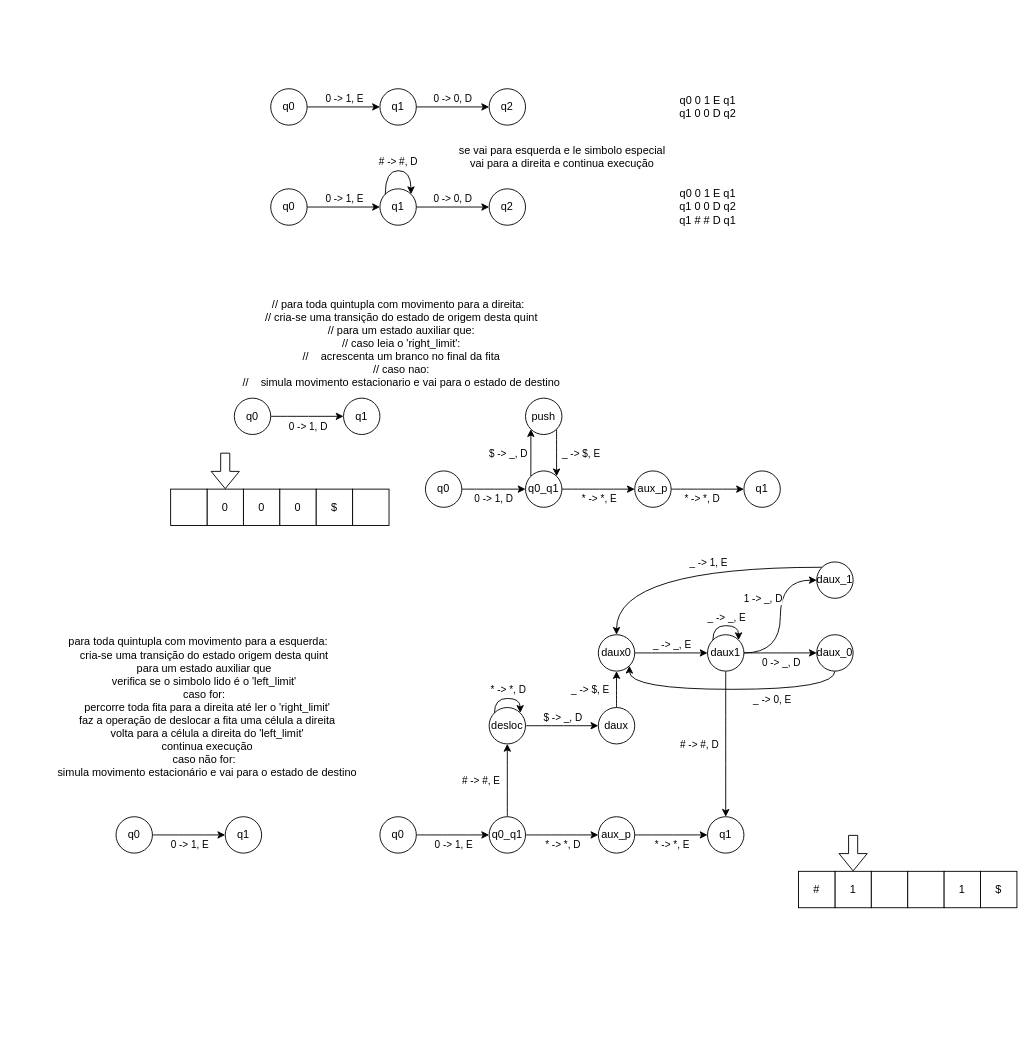
Earlier version of the draw.io diagram tec/diagramas.drawio (paulora2405/udesc). Source tidied: cells renumbered, new cells numbered last; positions are measured from the earlier drawing's top-left corner, leaving out a move shared by most shapes. Both pictures are drawn from the tidied source at 91%, with x=0, y=0 at pixel (34, 88).
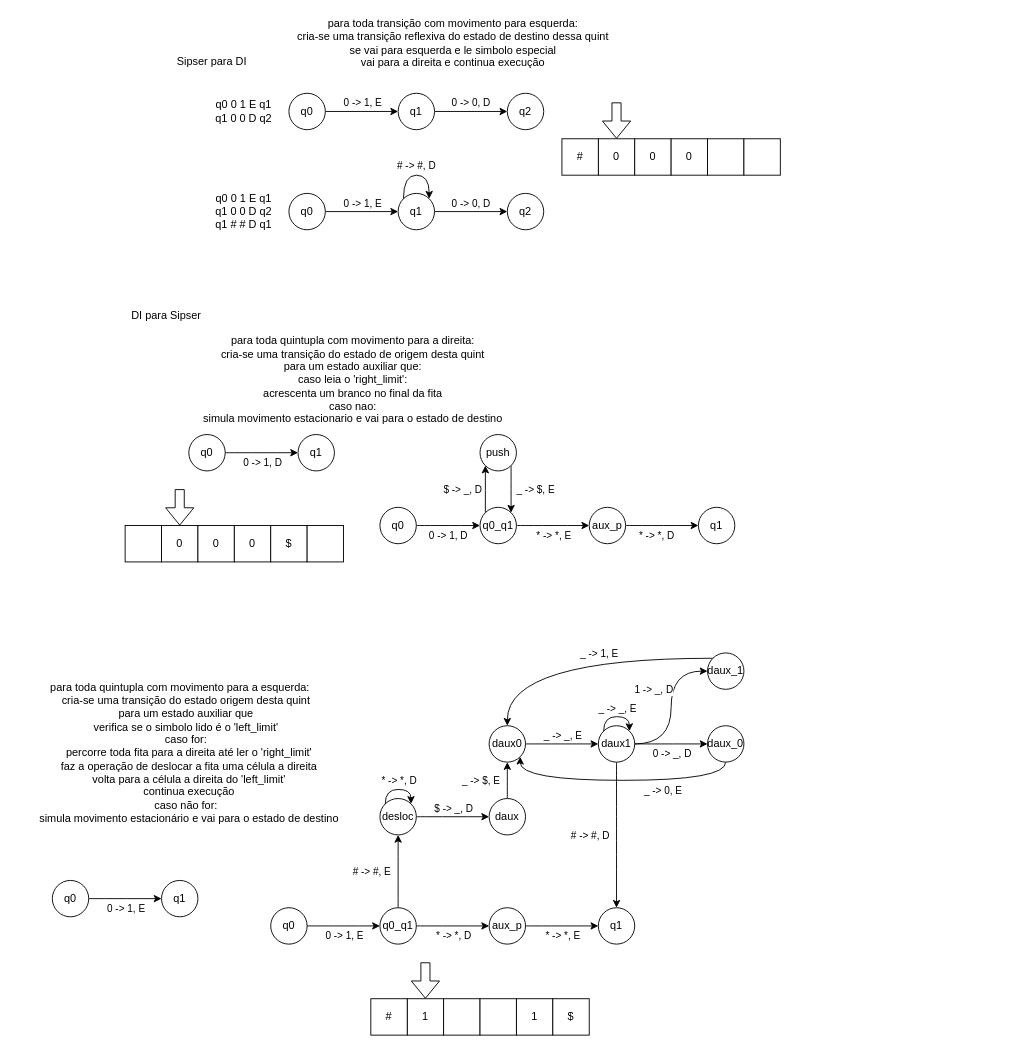
Above is the later version.

Change to the diagram source:
```diff
@@
     <mxCell id="4" value="q0" style="ellipse;whiteSpace=wrap;html=1;" parent="1" vertex="1">
-      <mxGeometry x="260" width="40" height="40" as="geometry" />
+      <mxGeometry x="280" y="5" width="40" height="40" as="geometry" />
     </mxCell>
@@
     <mxCell id="6" value="q1" style="ellipse;whiteSpace=wrap;html=1;" parent="1" vertex="1">
-      <mxGeometry x="380" width="40" height="40" as="geometry" />
+      <mxGeometry x="400" y="5" width="40" height="40" as="geometry" />
     </mxCell>
-    <mxCell id="7" value="&lt;div&gt;se vai para esquerda e le simbolo especial&lt;/div&gt;&lt;div&gt;vai para a direita e continua execução&lt;br&gt;&lt;/div&gt;" style="text;html=1;align=center;verticalAlign=middle;" parent="1" vertex="1">
-      <mxGeometry x="460" y="60" width="240" height="30" as="geometry" />
+    <mxCell id="7" value="para toda transição com movimento para esquerda:&lt;br&gt;&lt;div&gt;cria-se uma transição reflexiva do estado de destino dessa quint&lt;br&gt;&lt;/div&gt;&lt;div&gt;se vai para esquerda e le simbolo especial&lt;/div&gt;&lt;div&gt;vai para a direita e continua execução&lt;br&gt;&lt;/div&gt;" style="text;html=1;align=center;verticalAlign=middle;" parent="1" vertex="1">
+      <mxGeometry x="280" y="-80" width="360" height="60" as="geometry" />
     </mxCell>
     <mxCell id="8" value="q2" style="ellipse;whiteSpace=wrap;html=1;" parent="1" vertex="1">
-      <mxGeometry x="500" width="40" height="40" as="geometry" />
+      <mxGeometry x="520" y="5" width="40" height="40" as="geometry" />
     </mxCell>
     <mxCell id="9" value="0 -&amp;gt; 1, E" style="edgeLabel;html=1;align=center;verticalAlign=middle;" parent="1" vertex="1">
-      <mxGeometry x="340" y="10" as="geometry" />
+      <mxGeometry x="360" y="15" as="geometry" />
     </mxCell>
@@
     <mxCell id="12" value="q0" style="ellipse;whiteSpace=wrap;html=1;" parent="1" vertex="1">
-      <mxGeometry x="260" y="110" width="40" height="40" as="geometry" />
+      <mxGeometry x="280" y="115" width="40" height="40" as="geometry" />
     </mxCell>
@@
     <mxCell id="14" value="q1" style="ellipse;whiteSpace=wrap;html=1;" parent="1" vertex="1">
-      <mxGeometry x="380" y="110" width="40" height="40" as="geometry" />
+      <mxGeometry x="400" y="115" width="40" height="40" as="geometry" />
     </mxCell>
     <mxCell id="15" value="q2" style="ellipse;whiteSpace=wrap;html=1;" parent="1" vertex="1">
-      <mxGeometry x="500" y="110" width="40" height="40" as="geometry" />
+      <mxGeometry x="520" y="115" width="40" height="40" as="geometry" />
     </mxCell>
     <mxCell id="16" value="0 -&amp;gt; 1, E" style="edgeLabel;html=1;align=center;verticalAlign=middle;" parent="1" vertex="1">
-      <mxGeometry x="340" y="120" as="geometry" />
+      <mxGeometry x="360" y="125" as="geometry" />
     </mxCell>
     <mxCell id="17" value="# -&amp;gt; #, D" style="edgeStyle=orthogonalEdgeStyle;curved=1;rounded=0;orthogonalLoop=1;jettySize=auto;html=1;exitX=0;exitY=0;exitDx=0;exitDy=0;entryX=1;entryY=0;entryDx=0;entryDy=0;" parent="1" edge="1" source="14" target="14">
       <mxGeometry y="10" relative="1" as="geometry">
         <Array as="points">
-          <mxPoint x="386" y="90" />
-          <mxPoint x="414" y="90" />
+          <mxPoint x="406" y="95" />
+          <mxPoint x="434" y="95" />
         </Array>
       </mxGeometry>
     </mxCell>
     <mxCell id="18" value="&lt;div&gt;q0 0 1 E q1&lt;/div&gt;&lt;div&gt;q1 0 0 D q2&lt;/div&gt;&lt;div&gt;q1 # # D q1&lt;br&gt;&lt;/div&gt;" style="text;html=1;align=center;verticalAlign=middle;" parent="1" vertex="1">
-      <mxGeometry x="700" y="105" width="80" height="50" as="geometry" />
+      <mxGeometry x="190" y="110" width="80" height="50" as="geometry" />
     </mxCell>
     <mxCell id="19" value="&lt;div&gt;q0 0 1 E q1&lt;/div&gt;&lt;div&gt;q1 0 0 D q2&lt;/div&gt;" style="text;html=1;align=center;verticalAlign=middle;" parent="1" vertex="1">
-      <mxGeometry x="700" y="5" width="80" height="30" as="geometry" />
+      <mxGeometry x="190" y="10" width="80" height="30" as="geometry" />
     </mxCell>
@@
     <mxCell id="22" value="q0" style="ellipse;whiteSpace=wrap;html=1;" parent="1" vertex="1">
-      <mxGeometry x="220" y="340" width="40" height="40" as="geometry" />
+      <mxGeometry x="170" y="380" width="40" height="40" as="geometry" />
     </mxCell>
     <mxCell id="23" value="q1" style="ellipse;whiteSpace=wrap;html=1;" parent="1" vertex="1">
-      <mxGeometry x="340" y="340" width="40" height="40" as="geometry" />
+      <mxGeometry x="290" y="380" width="40" height="40" as="geometry" />
     </mxCell>
@@
     <mxCell id="26" value="q0" style="ellipse;whiteSpace=wrap;html=1;" parent="1" vertex="1">
-      <mxGeometry x="430" y="420" width="40" height="40" as="geometry" />
+      <mxGeometry x="380" y="460" width="40" height="40" as="geometry" />
     </mxCell>
     <mxCell id="27" style="edgeStyle=orthogonalEdgeStyle;curved=1;rounded=0;jettySize=auto;html=1;exitX=0;exitY=0;exitDx=0;exitDy=0;entryX=0;entryY=1;entryDx=0;entryDy=0;" parent="1" edge="1" source="30" target="33">
       <mxGeometry relative="1" as="geometry">
         <Array as="points">
-          <mxPoint x="546" y="400" />
-          <mxPoint x="546" y="400" />
+          <mxPoint x="496" y="440" />
+          <mxPoint x="496" y="440" />
         </Array>
       </mxGeometry>
     </mxCell>
@@
     <mxCell id="30" value="q0_q1" style="ellipse;whiteSpace=wrap;html=1;" parent="1" vertex="1">
-      <mxGeometry x="540" y="420" width="40" height="40" as="geometry" />
+      <mxGeometry x="490" y="460" width="40" height="40" as="geometry" />
     </mxCell>
     <mxCell id="31" value="q1" style="ellipse;whiteSpace=wrap;html=1;" parent="1" vertex="1">
-      <mxGeometry x="780" y="420" width="40" height="40" as="geometry" />
+      <mxGeometry x="730" y="460" width="40" height="40" as="geometry" />
     </mxCell>
@@
     <mxCell id="33" value="push" style="ellipse;whiteSpace=wrap;html=1;" parent="1" vertex="1">
-      <mxGeometry x="540" y="340" width="40" height="40" as="geometry" />
+      <mxGeometry x="490" y="380" width="40" height="40" as="geometry" />
     </mxCell>
     <mxCell id="34" value="_ -&amp;gt; $, E" style="edgeLabel;html=1;align=center;verticalAlign=middle;" parent="1" vertex="1">
-      <mxGeometry x="600" y="400" as="geometry" />
+      <mxGeometry x="550" y="440" as="geometry" />
     </mxCell>
@@
     <mxCell id="37" value="aux_p" style="ellipse;whiteSpace=wrap;html=1;" parent="1" vertex="1">
-      <mxGeometry x="660" y="420" width="40" height="40" as="geometry" />
+      <mxGeometry x="610" y="460" width="40" height="40" as="geometry" />
     </mxCell>
     <mxCell id="38" value="1" style="whiteSpace=wrap;html=1;" parent="1" vertex="1">
-      <mxGeometry x="880" y="860" width="40" height="40" as="geometry" />
+      <mxGeometry x="410" y="1000" width="40" height="40" as="geometry" />
     </mxCell>
     <mxCell id="39" style="whiteSpace=wrap;html=1;" parent="1" vertex="1">
-      <mxGeometry x="920" y="860" width="40" height="40" as="geometry" />
+      <mxGeometry x="450" y="1000" width="40" height="40" as="geometry" />
     </mxCell>
     <mxCell id="40" style="whiteSpace=wrap;html=1;" parent="1" vertex="1">
-      <mxGeometry x="960" y="860" width="40" height="40" as="geometry" />
+      <mxGeometry x="490" y="1000" width="40" height="40" as="geometry" />
     </mxCell>
     <mxCell id="41" value="1" style="whiteSpace=wrap;html=1;" parent="1" vertex="1">
-      <mxGeometry x="1000" y="860" width="40" height="40" as="geometry" />
+      <mxGeometry x="530" y="1000" width="40" height="40" as="geometry" />
     </mxCell>
     <mxCell id="42" value="$" style="whiteSpace=wrap;html=1;" parent="1" vertex="1">
-      <mxGeometry x="1040" y="860" width="40" height="40" as="geometry" />
+      <mxGeometry x="570" y="1000" width="40" height="40" as="geometry" />
     </mxCell>
     <mxCell id="43" value="#" style="whiteSpace=wrap;html=1;" parent="1" vertex="1">
-      <mxGeometry x="840" y="860" width="40" height="40" as="geometry" />
+      <mxGeometry x="370" y="1000" width="40" height="40" as="geometry" />
     </mxCell>
     <mxCell id="44" style="shape=flexArrow;endArrow=classic;html=1;" parent="1" edge="1">
       <mxGeometry relative="1" as="geometry">
-        <mxPoint x="900" y="820" as="sourcePoint" />
-        <mxPoint x="900" y="860" as="targetPoint" />
+        <mxPoint x="430" y="960" as="sourcePoint" />
+        <mxPoint x="430" y="1000" as="targetPoint" />
       </mxGeometry>
     </mxCell>
     <mxCell id="45" value="$ -&amp;gt; _, D" style="edgeLabel;html=1;align=center;verticalAlign=middle;" parent="1" vertex="1">
-      <mxGeometry x="520" y="400" as="geometry" />
+      <mxGeometry x="470" y="440" as="geometry" />
     </mxCell>
-    <mxCell id="46" value="// para toda quintupla com movimento para a direita:&lt;br&gt;&amp;nbsp; // cria-se uma transição do estado de origem desta quint&lt;br&gt;&amp;nbsp; // para um estado auxiliar que:&lt;br&gt;&amp;nbsp; // caso leia o 'right_limit':&lt;br&gt;&amp;nbsp; //&amp;nbsp;&amp;nbsp;&amp;nbsp; acrescenta um branco no final da fita&lt;br&gt;&amp;nbsp; // caso nao:&lt;br&gt;&amp;nbsp; //&amp;nbsp;&amp;nbsp;&amp;nbsp; simula movimento estacionario e vai para o estado de destino" style="text;html=1;align=center;verticalAlign=middle;" parent="1" vertex="1">
-      <mxGeometry x="215" y="230" width="370" height="100" as="geometry" />
+    <mxCell id="46" value="para toda quintupla com movimento para a direita:&lt;br&gt;&lt;div&gt;cria-se uma transição do estado de origem desta quint&lt;/div&gt;&lt;div&gt;para um estado auxiliar que:&lt;/div&gt;caso leia o 'right_limit':&lt;br&gt;acrescenta um branco no final da fita&lt;br&gt;caso nao:&lt;br&gt;simula movimento estacionario e vai para o estado de destino" style="text;html=1;align=center;verticalAlign=middle;" parent="1" vertex="1">
+      <mxGeometry x="180" y="270" width="340" height="100" as="geometry" />
     </mxCell>
@@
     <mxCell id="49" value="q0" style="ellipse;whiteSpace=wrap;html=1;" parent="1" vertex="1">
-      <mxGeometry x="90" y="800" width="40" height="40" as="geometry" />
+      <mxGeometry x="20" y="870" width="40" height="40" as="geometry" />
     </mxCell>
     <mxCell id="50" value="q1" style="ellipse;whiteSpace=wrap;html=1;" parent="1" vertex="1">
-      <mxGeometry x="210" y="800" width="40" height="40" as="geometry" />
+      <mxGeometry x="140" y="870" width="40" height="40" as="geometry" />
     </mxCell>
     <mxCell id="51" value="para toda quintupla com movimento para a esquerda:&lt;br&gt;&amp;nbsp;&amp;nbsp;&amp;nbsp; cria-se uma transição do estado origem desta quint&lt;br&gt;&amp;nbsp;&amp;nbsp;&amp;nbsp; para um estado auxiliar que&lt;br&gt;&amp;nbsp;&amp;nbsp;&amp;nbsp; verifica se o simbolo lido é o 'left_limit'&lt;br&gt;&amp;nbsp;&amp;nbsp;&amp;nbsp; caso for:&lt;br&gt;&amp;nbsp;&amp;nbsp;&amp;nbsp;&amp;nbsp;&amp;nbsp; percorre toda fita para a direita até ler o 'right_limit'&lt;br&gt;&amp;nbsp;&amp;nbsp;&amp;nbsp;&amp;nbsp;&amp;nbsp; faz a operação de deslocar a fita uma célula a direita&lt;br&gt;&amp;nbsp;&amp;nbsp;&amp;nbsp;&amp;nbsp;&amp;nbsp; volta para a célula a direita do 'left_limit'&lt;br&gt;&amp;nbsp;&amp;nbsp;&amp;nbsp;&amp;nbsp;&amp;nbsp; continua execução&lt;br&gt;&amp;nbsp;&amp;nbsp;&amp;nbsp; caso não for:&lt;br&gt;&amp;nbsp;&amp;nbsp;&amp;nbsp;&amp;nbsp;&amp;nbsp; simula movimento estacionário e vai para o estado de destino" style="text;html=1;align=center;verticalAlign=middle;" parent="1" vertex="1">
-      <mxGeometry y="600" width="360" height="160" as="geometry" />
+      <mxGeometry x="-20" y="650" width="360" height="160" as="geometry" />
     </mxCell>
@@
     <mxCell id="54" value="q0" style="ellipse;whiteSpace=wrap;html=1;" parent="1" vertex="1">
-      <mxGeometry x="380" y="800" width="40" height="40" as="geometry" />
+      <mxGeometry x="260" y="900" width="40" height="40" as="geometry" />
     </mxCell>
@@
     <mxCell id="57" value="q0_q1" style="ellipse;whiteSpace=wrap;html=1;" parent="1" vertex="1">
-      <mxGeometry x="500" y="800" width="40" height="40" as="geometry" />
+      <mxGeometry x="380" y="900" width="40" height="40" as="geometry" />
     </mxCell>
@@
     <mxCell id="59" value="aux_p" style="ellipse;whiteSpace=wrap;html=1;" parent="1" vertex="1">
-      <mxGeometry x="620" y="800" width="40" height="40" as="geometry" />
+      <mxGeometry x="500" y="900" width="40" height="40" as="geometry" />
     </mxCell>
     <mxCell id="60" value="* -&amp;gt; *, D" style="edgeLabel;html=1;align=center;verticalAlign=middle;" parent="1" vertex="1">
-      <mxGeometry x="580" y="830" as="geometry" />
+      <mxGeometry x="460" y="930" as="geometry" />
     </mxCell>
     <mxCell id="61" value="q1" style="ellipse;whiteSpace=wrap;html=1;" parent="1" vertex="1">
-      <mxGeometry x="740" y="800" width="40" height="40" as="geometry" />
+      <mxGeometry x="620" y="900" width="40" height="40" as="geometry" />
     </mxCell>
     <mxCell id="62" value="* -&amp;gt; *, E" style="edgeLabel;html=1;align=center;verticalAlign=middle;" parent="1" vertex="1">
-      <mxGeometry x="700" y="830" as="geometry" />
+      <mxGeometry x="580" y="930" as="geometry" />
     </mxCell>
@@
     <mxCell id="64" value="desloc" style="ellipse;whiteSpace=wrap;html=1;" parent="1" vertex="1">
-      <mxGeometry x="500" y="680" width="40" height="40" as="geometry" />
+      <mxGeometry x="380" y="780" width="40" height="40" as="geometry" />
     </mxCell>
     <mxCell id="65" value="# -&amp;gt; #, E" style="edgeLabel;html=1;align=center;verticalAlign=middle;" parent="1" vertex="1">
-      <mxGeometry x="490" y="760" as="geometry" />
+      <mxGeometry x="370" y="860" as="geometry" />
     </mxCell>
     <mxCell id="66" style="edgeStyle=orthogonalEdgeStyle;curved=1;rounded=0;orthogonalLoop=1;jettySize=auto;html=1;exitX=0;exitY=0;exitDx=0;exitDy=0;entryX=1;entryY=0;entryDx=0;entryDy=0;" parent="1" edge="1" source="64" target="64">
       <mxGeometry relative="1" as="geometry">
         <Array as="points">
-          <mxPoint x="506" y="670" />
-          <mxPoint x="534" y="670" />
+          <mxPoint x="386" y="770" />
+          <mxPoint x="414" y="770" />
         </Array>
       </mxGeometry>
     </mxCell>
     <mxCell id="67" value="* -&amp;gt; *, D" style="edgeLabel;html=1;align=center;verticalAlign=middle;" parent="1" vertex="1">
-      <mxGeometry x="520" y="660" as="geometry" />
+      <mxGeometry x="400" y="760" as="geometry" />
     </mxCell>
@@
     <mxCell id="69" value="daux" style="ellipse;whiteSpace=wrap;html=1;" parent="1" vertex="1">
-      <mxGeometry x="620" y="680" width="40" height="40" as="geometry" />
+      <mxGeometry x="500" y="780" width="40" height="40" as="geometry" />
     </mxCell>
     <mxCell id="70" value="$ -&amp;gt; _, D" style="edgeLabel;html=1;align=center;verticalAlign=middle;" parent="1" vertex="1">
-      <mxGeometry x="580" y="690" as="geometry" />
+      <mxGeometry x="460" y="790" as="geometry" />
     </mxCell>
@@
     <mxCell id="75" value="daux0" style="ellipse;whiteSpace=wrap;html=1;" parent="1" vertex="1">
-      <mxGeometry x="620" y="600" width="40" height="40" as="geometry" />
+      <mxGeometry x="500" y="700" width="40" height="40" as="geometry" />
     </mxCell>
     <mxCell id="76" value="_ -&amp;gt; $, E" style="edgeLabel;html=1;align=center;verticalAlign=middle;" parent="1" vertex="1">
-      <mxGeometry x="610" y="660" as="geometry" />
+      <mxGeometry x="490" y="760" as="geometry" />
     </mxCell>
     <mxCell id="77" style="edgeStyle=orthogonalEdgeStyle;curved=1;rounded=0;jettySize=auto;html=1;exitX=0.5;exitY=1;exitDx=0;exitDy=0;entryX=1;entryY=1;entryDx=0;entryDy=0;" parent="1" edge="1" source="78" target="75">
       <mxGeometry relative="1" as="geometry">
         <Array as="points">
-          <mxPoint x="880" y="660" />
-          <mxPoint x="654" y="660" />
+          <mxPoint x="760" y="760" />
+          <mxPoint x="534" y="760" />
         </Array>
       </mxGeometry>
     </mxCell>
     <mxCell id="78" value="daux_0" style="ellipse;whiteSpace=wrap;html=1;" parent="1" vertex="1">
-      <mxGeometry x="860" y="600" width="40" height="40" as="geometry" />
+      <mxGeometry x="740" y="700" width="40" height="40" as="geometry" />
     </mxCell>
@@
     <mxCell id="80" value="daux_1" style="ellipse;whiteSpace=wrap;html=1;" parent="1" vertex="1">
-      <mxGeometry x="860" y="520" width="40" height="40" as="geometry" />
+      <mxGeometry x="740" y="620" width="40" height="40" as="geometry" />
     </mxCell>
@@
     <mxCell id="82" value="daux1" style="ellipse;whiteSpace=wrap;html=1;" parent="1" vertex="1">
-      <mxGeometry x="740" y="600" width="40" height="40" as="geometry" />
+      <mxGeometry x="620" y="700" width="40" height="40" as="geometry" />
     </mxCell>
     <mxCell id="83" value="1 -&amp;gt; _, D" style="edgeLabel;html=1;align=center;verticalAlign=middle;" parent="1" vertex="1">
-      <mxGeometry x="800" y="560" as="geometry" />
+      <mxGeometry x="680" y="660" as="geometry" />
     </mxCell>
     <mxCell id="84" value="_ -&amp;gt; 1, E" style="edgeLabel;html=1;align=center;verticalAlign=middle;" parent="1" vertex="1">
-      <mxGeometry x="740" y="520" as="geometry" />
+      <mxGeometry x="620" y="620" as="geometry" />
     </mxCell>
     <mxCell id="85" value="# -&amp;gt; #, D" style="edgeLabel;html=1;align=center;verticalAlign=middle;" parent="1" vertex="1">
-      <mxGeometry x="730" y="720" as="geometry" />
+      <mxGeometry x="610" y="820" as="geometry" />
     </mxCell>
     <mxCell id="86" value="0 -&amp;gt; _, D" style="edgeLabel;html=1;align=center;verticalAlign=middle;" parent="1" vertex="1">
-      <mxGeometry x="820" y="630" as="geometry" />
+      <mxGeometry x="700" y="730" as="geometry" />
     </mxCell>
     <mxCell id="87" value="_ -&amp;gt; 0, E" style="edgeLabel;html=1;align=center;verticalAlign=middle;" parent="1" vertex="1">
-      <mxGeometry x="810" y="670" as="geometry" />
+      <mxGeometry x="690" y="770" as="geometry" />
     </mxCell>
     <mxCell id="88" style="edgeStyle=orthogonalEdgeStyle;curved=1;rounded=0;orthogonalLoop=1;jettySize=auto;html=1;exitX=0;exitY=0;exitDx=0;exitDy=0;entryX=1;entryY=0;entryDx=0;entryDy=0;" parent="1" edge="1" source="82" target="82">
       <mxGeometry relative="1" as="geometry">
         <Array as="points">
-          <mxPoint x="746" y="590" />
-          <mxPoint x="774" y="590" />
+          <mxPoint x="626" y="690" />
+          <mxPoint x="654" y="690" />
         </Array>
       </mxGeometry>
     </mxCell>
     <mxCell id="89" value="_ -&amp;gt; _, E" style="edgeLabel;html=1;align=center;verticalAlign=middle;" parent="1" vertex="1">
-      <mxGeometry x="760" y="580" as="geometry" />
+      <mxGeometry x="640" y="680" as="geometry" />
     </mxCell>
     <mxCell id="90" value="0" style="whiteSpace=wrap;html=1;" parent="1" vertex="1">
-      <mxGeometry x="190" y="440" width="40" height="40" as="geometry" />
+      <mxGeometry x="140" y="480" width="40" height="40" as="geometry" />
     </mxCell>
     <mxCell id="91" value="0" style="whiteSpace=wrap;html=1;" parent="1" vertex="1">
-      <mxGeometry x="230" y="440" width="40" height="40" as="geometry" />
+      <mxGeometry x="180" y="480" width="40" height="40" as="geometry" />
     </mxCell>
     <mxCell id="92" value="0" style="whiteSpace=wrap;html=1;" parent="1" vertex="1">
-      <mxGeometry x="270" y="440" width="40" height="40" as="geometry" />
+      <mxGeometry x="220" y="480" width="40" height="40" as="geometry" />
     </mxCell>
     <mxCell id="93" value="$" style="whiteSpace=wrap;html=1;" parent="1" vertex="1">
-      <mxGeometry x="310" y="440" width="40" height="40" as="geometry" />
+      <mxGeometry x="260" y="480" width="40" height="40" as="geometry" />
     </mxCell>
     <mxCell id="94" style="whiteSpace=wrap;html=1;" parent="1" vertex="1">
-      <mxGeometry x="350" y="440" width="40" height="40" as="geometry" />
+      <mxGeometry x="300" y="480" width="40" height="40" as="geometry" />
     </mxCell>
     <mxCell id="95" style="whiteSpace=wrap;html=1;" parent="1" vertex="1">
-      <mxGeometry x="150" y="440" width="40" height="40" as="geometry" />
+      <mxGeometry x="100" y="480" width="40" height="40" as="geometry" />
     </mxCell>
     <mxCell id="96" style="shape=flexArrow;endArrow=classic;html=1;" parent="1" edge="1">
       <mxGeometry relative="1" as="geometry">
-        <mxPoint x="210" y="400" as="sourcePoint" />
-        <mxPoint x="210" y="440" as="targetPoint" />
+        <mxPoint x="160" y="440" as="sourcePoint" />
+        <mxPoint x="160" y="480" as="targetPoint" />
       </mxGeometry>
     </mxCell>
+    <mxCell id="97" value="&lt;div&gt;Sipser para DI&lt;/div&gt;" style="text;html=1;align=center;verticalAlign=middle;strokeColor=none;" parent="1" vertex="1">
+      <mxGeometry x="150" y="-40" width="90" height="20" as="geometry" />
+    </mxCell>
+    <mxCell id="98" value="DI para Sipser" style="text;html=1;align=center;verticalAlign=middle;strokeColor=none;" parent="1" vertex="1">
+      <mxGeometry x="100" y="240" width="90" height="20" as="geometry" />
+    </mxCell>
+    <mxCell id="99" value="0" style="whiteSpace=wrap;html=1;" parent="1" vertex="1">
+      <mxGeometry x="620" y="55" width="40" height="40" as="geometry" />
+    </mxCell>
+    <mxCell id="100" value="0" style="whiteSpace=wrap;html=1;" parent="1" vertex="1">
+      <mxGeometry x="660" y="55" width="40" height="40" as="geometry" />
+    </mxCell>
+    <mxCell id="101" value="0" style="whiteSpace=wrap;html=1;" parent="1" vertex="1">
+      <mxGeometry x="700" y="55" width="40" height="40" as="geometry" />
+    </mxCell>
+    <mxCell id="102" style="whiteSpace=wrap;html=1;" parent="1" vertex="1">
+      <mxGeometry x="740" y="55" width="40" height="40" as="geometry" />
+    </mxCell>
+    <mxCell id="103" style="whiteSpace=wrap;html=1;" parent="1" vertex="1">
+      <mxGeometry x="780" y="55" width="40" height="40" as="geometry" />
+    </mxCell>
+    <mxCell id="104" value="#" style="whiteSpace=wrap;html=1;" parent="1" vertex="1">
+      <mxGeometry x="580" y="55" width="40" height="40" as="geometry" />
+    </mxCell>
+    <mxCell id="105" style="shape=flexArrow;endArrow=classic;html=1;" parent="1" edge="1">
+      <mxGeometry relative="1" as="geometry">
+        <mxPoint x="640" y="15" as="sourcePoint" />
+        <mxPoint x="640" y="55" as="targetPoint" />
+      </mxGeometry>
+    </mxCell>
```
